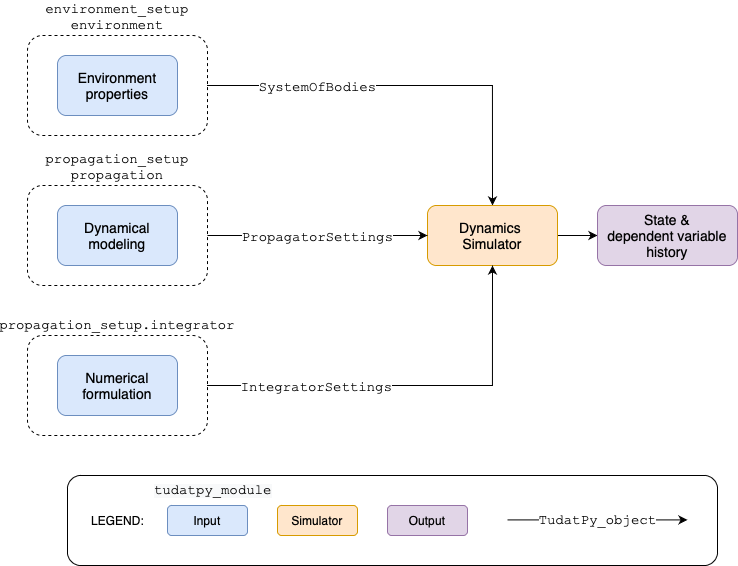
tudat-team/tudat-space keeps this draw.io diagram as docs/source/_src_user_guide/_static/tudatpy_high_level.png. Above is the earlier version. Source tidied: cells renumbered, new cells last; positions are measured from the earlier drawing's top-left corner, leaving out a move shared by most shapes. Its diagram source:
```xml
<mxGraphModel>
  <root>
    <mxCell id="0" />
    <mxCell id="1" parent="0" />
    <mxCell id="2" value="&lt;font face=&quot;Courier New&quot; style=&quot;font-size: 14px&quot;&gt;propagation_setup.integrator&lt;/font&gt;" style="rounded=1;whiteSpace=wrap;html=1;dashed=1;labelPosition=center;verticalLabelPosition=top;align=center;verticalAlign=bottom;" parent="1" vertex="1">
      <mxGeometry y="300" width="180" height="100" as="geometry" />
    </mxCell>
    <mxCell id="3" value="&lt;font face=&quot;Courier New&quot; style=&quot;font-size: 14px&quot;&gt;environment_setup&lt;br&gt;environment&lt;br&gt;&lt;/font&gt;" style="rounded=1;whiteSpace=wrap;html=1;dashed=1;labelPosition=center;verticalLabelPosition=top;align=center;verticalAlign=bottom;" parent="1" vertex="1">
      <mxGeometry width="180" height="100" as="geometry" />
    </mxCell>
    <mxCell id="4" value="&lt;font face=&quot;Courier New&quot; style=&quot;font-size: 14px&quot;&gt;propagation_setup&lt;br&gt;propagation&lt;br&gt;&lt;/font&gt;" style="rounded=1;whiteSpace=wrap;html=1;dashed=1;labelPosition=center;verticalLabelPosition=top;align=center;verticalAlign=bottom;" parent="1" vertex="1">
      <mxGeometry y="150" width="180" height="100" as="geometry" />
    </mxCell>
    <mxCell id="5" style="rounded=1;whiteSpace=wrap;html=1;labelPosition=left;verticalLabelPosition=top;align=right;verticalAlign=bottom;" parent="1" vertex="1">
      <mxGeometry x="40" y="440" width="650" height="90" as="geometry" />
    </mxCell>
    <mxCell id="6" style="edgeStyle=orthogonalEdgeStyle;rounded=0;jettySize=auto;html=1;entryX=0.5;entryY=0;entryDx=0;entryDy=0;" parent="1" edge="1" target="10">
      <mxGeometry relative="1" as="geometry">
        <mxPoint x="180" y="50" as="sourcePoint" />
      </mxGeometry>
    </mxCell>
    <mxCell id="7" value="&lt;font face=&quot;Courier New&quot; style=&quot;font-size: 14px;&quot;&gt;SystemOfBodies&lt;/font&gt;" style="edgeLabel;html=1;align=center;verticalAlign=middle;labelBorderColor=none;fontSize=14;" parent="6" vertex="1">
      <mxGeometry x="-0.14" y="1" relative="1" as="geometry">
        <mxPoint x="-64" y="1" as="offset" />
      </mxGeometry>
    </mxCell>
    <mxCell id="8" value="&lt;font style=&quot;font-size: 14px&quot;&gt;Environment&lt;br&gt;properties&lt;/font&gt;" style="rounded=1;whiteSpace=wrap;html=1;fillColor=#dae8fc;strokeColor=#6c8ebf;" parent="1" vertex="1">
      <mxGeometry x="30" y="20" width="120" height="60" as="geometry" />
    </mxCell>
    <mxCell id="9" style="edgeStyle=orthogonalEdgeStyle;rounded=0;jettySize=auto;html=1;entryX=0;entryY=0.5;entryDx=0;entryDy=0;" parent="1" edge="1" source="10" target="17">
      <mxGeometry relative="1" as="geometry" />
    </mxCell>
    <mxCell id="10" value="&lt;font style=&quot;font-size: 14px&quot;&gt;Dynamics &lt;br&gt;Simulator&lt;/font&gt;" style="rounded=1;whiteSpace=wrap;html=1;fillColor=#ffe6cc;strokeColor=#d79b00;" parent="1" vertex="1">
      <mxGeometry x="400" y="170" width="130" height="60" as="geometry" />
    </mxCell>
    <mxCell id="11" style="edgeStyle=orthogonalEdgeStyle;rounded=0;jettySize=auto;html=1;entryX=0.5;entryY=1;entryDx=0;entryDy=0;" parent="1" edge="1" target="10">
      <mxGeometry relative="1" as="geometry">
        <mxPoint x="180" y="350" as="sourcePoint" />
      </mxGeometry>
    </mxCell>
    <mxCell id="12" value="IntegratorSettings" style="edgeLabel;html=1;align=center;verticalAlign=middle;fontFamily=Courier New;fontSize=14;" parent="11" vertex="1">
      <mxGeometry x="-0.2" relative="1" as="geometry">
        <mxPoint x="-54" as="offset" />
      </mxGeometry>
    </mxCell>
    <mxCell id="13" value="&lt;font style=&quot;font-size: 14px&quot;&gt;Numerical&lt;br&gt;formulation&lt;/font&gt;" style="rounded=1;whiteSpace=wrap;html=1;fillColor=#dae8fc;strokeColor=#6c8ebf;" parent="1" vertex="1">
      <mxGeometry x="30" y="320" width="120" height="60" as="geometry" />
    </mxCell>
    <mxCell id="14" style="edgeStyle=orthogonalEdgeStyle;rounded=0;jettySize=auto;html=1;" parent="1" edge="1" target="10">
      <mxGeometry relative="1" as="geometry">
        <mxPoint x="180" y="200" as="sourcePoint" />
      </mxGeometry>
    </mxCell>
    <mxCell id="15" value="&lt;font face=&quot;Courier New&quot; style=&quot;font-size: 14px;&quot;&gt;PropagatorSettings&lt;/font&gt;" style="edgeLabel;html=1;align=center;verticalAlign=middle;fontSize=14;" parent="14" vertex="1">
      <mxGeometry x="0.31" y="-1" relative="1" as="geometry">
        <mxPoint x="-35" y="-1" as="offset" />
      </mxGeometry>
    </mxCell>
    <mxCell id="16" value="&lt;font style=&quot;font-size: 14px&quot;&gt;Dynamical&lt;br&gt;modeling&lt;/font&gt;" style="rounded=1;whiteSpace=wrap;html=1;fillColor=#dae8fc;strokeColor=#6c8ebf;" parent="1" vertex="1">
      <mxGeometry x="30" y="170" width="120" height="60" as="geometry" />
    </mxCell>
    <mxCell id="17" value="&lt;font style=&quot;font-size: 14px&quot;&gt;State &amp;amp;&lt;br&gt;dependent variable&lt;br&gt;history&lt;/font&gt;" style="rounded=1;whiteSpace=wrap;html=1;fillColor=#e1d5e7;strokeColor=#9673a6;" parent="1" vertex="1">
      <mxGeometry x="570" y="170" width="140" height="60" as="geometry" />
    </mxCell>
    <mxCell id="18" value="Input" style="rounded=1;whiteSpace=wrap;html=1;fillColor=#dae8fc;strokeColor=#6c8ebf;" parent="1" vertex="1">
      <mxGeometry x="140" y="470" width="80" height="30" as="geometry" />
    </mxCell>
    <mxCell id="19" value="LEGEND:" style="text;html=1;align=center;verticalAlign=middle;strokeColor=none;fillColor=none;" parent="1" vertex="1">
      <mxGeometry x="55" y="475" width="70" height="20" as="geometry" />
    </mxCell>
    <mxCell id="20" value="Output" style="rounded=1;whiteSpace=wrap;html=1;fillColor=#e1d5e7;strokeColor=#9673a6;" parent="1" vertex="1">
      <mxGeometry x="360" y="470" width="80" height="30" as="geometry" />
    </mxCell>
    <mxCell id="21" value="Simulator" style="rounded=1;whiteSpace=wrap;html=1;fillColor=#ffe6cc;strokeColor=#d79b00;" parent="1" vertex="1">
      <mxGeometry x="250" y="470" width="80" height="30" as="geometry" />
    </mxCell>
    <mxCell id="22" value="&lt;font face=&quot;Courier New&quot; style=&quot;font-size: 14px&quot;&gt;TudatPy_object&lt;/font&gt;" style="edgeStyle=orthogonalEdgeStyle;rounded=0;orthogonalLoop=1;jettySize=auto;html=1;" parent="1" edge="1">
      <mxGeometry relative="1" as="geometry">
        <mxPoint x="480" y="484.4" as="sourcePoint" />
        <mxPoint x="660" y="484.4" as="targetPoint" />
        <mxPoint x="-1" as="offset" />
      </mxGeometry>
    </mxCell>
    <mxCell id="23" value="&lt;span style=&quot;color: rgb(0 , 0 , 0) ; font-family: &amp;#34;courier new&amp;#34; ; font-style: normal ; font-weight: normal ; letter-spacing: normal ; text-align: center ; text-indent: 0px ; text-transform: none ; word-spacing: 0px ; background-color: rgb(248 , 249 , 250) ; text-decoration: none ; display: inline ; float: none&quot;&gt;&lt;font style=&quot;font-size: 14px&quot;&gt;tudatpy_module&lt;/font&gt;&lt;/span&gt;" style="text;whiteSpace=wrap;html=1;fontFamily=Courier New;" parent="1" vertex="1">
      <mxGeometry x="125" y="440" width="110" height="30" as="geometry" />
    </mxCell>
  </root>
</mxGraphModel>
```
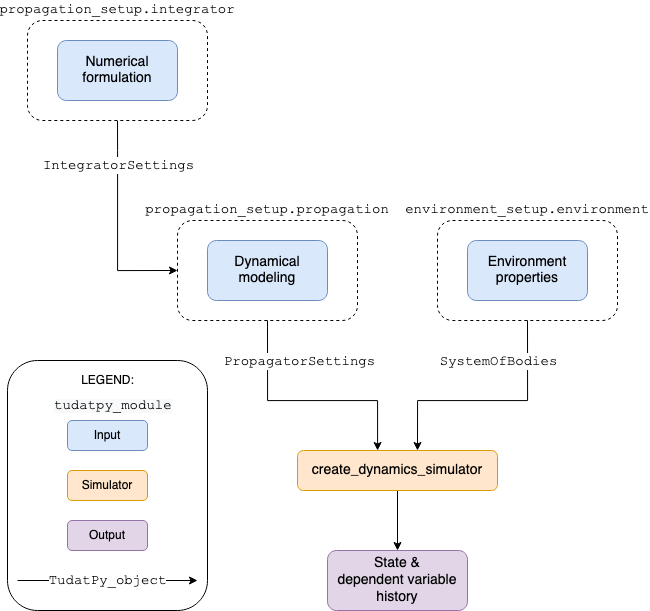
The same file after the commit.

Diff of the diagram source:
```diff
@@ -2,87 +2,98 @@
   <root>
     <mxCell id="0" />
     <mxCell id="1" parent="0" />
+    <mxCell id="11" style="edgeStyle=orthogonalEdgeStyle;rounded=0;jettySize=auto;html=1;entryX=0;entryY=0.5;entryDx=0;entryDy=0;exitX=0.5;exitY=1;exitDx=0;exitDy=0;" parent="1" edge="1" source="2" target="4">
+      <mxGeometry relative="1" as="geometry">
+        <Array as="points">
+          <mxPoint x="390" y="90" />
+          <mxPoint x="390" y="210" />
+        </Array>
+      </mxGeometry>
+    </mxCell>
+    <mxCell id="12" value="IntegratorSettings" style="edgeLabel;html=1;align=center;verticalAlign=middle;fontFamily=Courier New;fontSize=14;" parent="11" vertex="1">
+      <mxGeometry x="-0.2" relative="1" as="geometry">
+        <mxPoint y="-40" as="offset" />
+      </mxGeometry>
+    </mxCell>
     <mxCell id="2" value="&lt;font face=&quot;Courier New&quot; style=&quot;font-size: 14px&quot;&gt;propagation_setup.integrator&lt;/font&gt;" style="rounded=1;whiteSpace=wrap;html=1;dashed=1;labelPosition=center;verticalLabelPosition=top;align=center;verticalAlign=bottom;" parent="1" vertex="1">
-      <mxGeometry y="300" width="180" height="100" as="geometry" />
+      <mxGeometry x="300" y="-40" width="180" height="100" as="geometry" />
     </mxCell>
-    <mxCell id="3" value="&lt;font face=&quot;Courier New&quot; style=&quot;font-size: 14px&quot;&gt;environment_setup&lt;br&gt;environment&lt;br&gt;&lt;/font&gt;" style="rounded=1;whiteSpace=wrap;html=1;dashed=1;labelPosition=center;verticalLabelPosition=top;align=center;verticalAlign=bottom;" parent="1" vertex="1">
-      <mxGeometry width="180" height="100" as="geometry" />
+    <mxCell id="3" value="&lt;font style=&quot;font-size: 14px&quot; face=&quot;Courier New&quot;&gt;environment_setup.environment&lt;br&gt;&lt;/font&gt;" style="rounded=1;whiteSpace=wrap;html=1;dashed=1;labelPosition=center;verticalLabelPosition=top;align=center;verticalAlign=bottom;" parent="1" vertex="1">
+      <mxGeometry x="710" y="160" width="180" height="100" as="geometry" />
     </mxCell>
-    <mxCell id="4" value="&lt;font face=&quot;Courier New&quot; style=&quot;font-size: 14px&quot;&gt;propagation_setup&lt;br&gt;propagation&lt;br&gt;&lt;/font&gt;" style="rounded=1;whiteSpace=wrap;html=1;dashed=1;labelPosition=center;verticalLabelPosition=top;align=center;verticalAlign=bottom;" parent="1" vertex="1">
-      <mxGeometry y="150" width="180" height="100" as="geometry" />
+    <mxCell id="4" value="&lt;font style=&quot;font-size: 14px&quot; face=&quot;Courier New&quot;&gt;propagation_setup.propagation&lt;br&gt;&lt;/font&gt;" style="rounded=1;whiteSpace=wrap;html=1;dashed=1;labelPosition=center;verticalLabelPosition=top;align=center;verticalAlign=bottom;" parent="1" vertex="1">
+      <mxGeometry x="450" y="160" width="180" height="100" as="geometry" />
     </mxCell>
     <mxCell id="5" style="rounded=1;whiteSpace=wrap;html=1;labelPosition=left;verticalLabelPosition=top;align=right;verticalAlign=bottom;" parent="1" vertex="1">
-      <mxGeometry x="40" y="440" width="650" height="90" as="geometry" />
+      <mxGeometry x="280" y="300" width="200" height="250" as="geometry" />
     </mxCell>
-    <mxCell id="6" style="edgeStyle=orthogonalEdgeStyle;rounded=0;jettySize=auto;html=1;entryX=0.5;entryY=0;entryDx=0;entryDy=0;" parent="1" edge="1" target="10">
+    <mxCell id="6" style="edgeStyle=orthogonalEdgeStyle;rounded=0;jettySize=auto;html=1;entryX=0.6;entryY=0;entryDx=0;entryDy=0;entryPerimeter=0;" parent="1" edge="1" target="10">
       <mxGeometry relative="1" as="geometry">
-        <mxPoint x="180" y="50" as="sourcePoint" />
+        <mxPoint x="800" y="260" as="sourcePoint" />
+        <Array as="points">
+          <mxPoint x="800" y="260" />
+          <mxPoint x="800" y="340" />
+          <mxPoint x="690" y="340" />
+        </Array>
       </mxGeometry>
     </mxCell>
     <mxCell id="7" value="&lt;font face=&quot;Courier New&quot; style=&quot;font-size: 14px;&quot;&gt;SystemOfBodies&lt;/font&gt;" style="edgeLabel;html=1;align=center;verticalAlign=middle;labelBorderColor=none;fontSize=14;" parent="6" vertex="1">
       <mxGeometry x="-0.14" y="1" relative="1" as="geometry">
-        <mxPoint x="-64" y="1" as="offset" />
+        <mxPoint x="-7" y="-41" as="offset" />
       </mxGeometry>
     </mxCell>
     <mxCell id="8" value="&lt;font style=&quot;font-size: 14px&quot;&gt;Environment&lt;br&gt;properties&lt;/font&gt;" style="rounded=1;whiteSpace=wrap;html=1;fillColor=#dae8fc;strokeColor=#6c8ebf;" parent="1" vertex="1">
-      <mxGeometry x="30" y="20" width="120" height="60" as="geometry" />
+      <mxGeometry x="740" y="180" width="120" height="60" as="geometry" />
     </mxCell>
-    <mxCell id="9" style="edgeStyle=orthogonalEdgeStyle;rounded=0;jettySize=auto;html=1;entryX=0;entryY=0.5;entryDx=0;entryDy=0;" parent="1" edge="1" source="10" target="17">
+    <mxCell id="9" style="edgeStyle=orthogonalEdgeStyle;rounded=0;jettySize=auto;html=1;entryX=0.5;entryY=0;entryDx=0;entryDy=0;" parent="1" edge="1" source="10" target="17">
       <mxGeometry relative="1" as="geometry" />
     </mxCell>
-    <mxCell id="10" value="&lt;font style=&quot;font-size: 14px&quot;&gt;Dynamics &lt;br&gt;Simulator&lt;/font&gt;" style="rounded=1;whiteSpace=wrap;html=1;fillColor=#ffe6cc;strokeColor=#d79b00;" parent="1" vertex="1">
-      <mxGeometry x="400" y="170" width="130" height="60" as="geometry" />
+    <mxCell id="10" value="&lt;div&gt;&lt;font style=&quot;font-size: 14px;&quot;&gt;create&lt;/font&gt;&lt;font style=&quot;font-size: 14px;&quot;&gt;_dynamics_simulator&lt;/font&gt;&lt;/div&gt;" style="rounded=1;whiteSpace=wrap;html=1;fillColor=#ffe6cc;strokeColor=#d79b00;" parent="1" vertex="1">
+      <mxGeometry x="570" y="390" width="200" height="40" as="geometry" />
     </mxCell>
-    <mxCell id="11" style="edgeStyle=orthogonalEdgeStyle;rounded=0;jettySize=auto;html=1;entryX=0.5;entryY=1;entryDx=0;entryDy=0;" parent="1" edge="1" target="10">
-      <mxGeometry relative="1" as="geometry">
-        <mxPoint x="180" y="350" as="sourcePoint" />
-      </mxGeometry>
-    </mxCell>
-    <mxCell id="12" value="IntegratorSettings" style="edgeLabel;html=1;align=center;verticalAlign=middle;fontFamily=Courier New;fontSize=14;" parent="11" vertex="1">
-      <mxGeometry x="-0.2" relative="1" as="geometry">
-        <mxPoint x="-54" as="offset" />
-      </mxGeometry>
-    </mxCell>
     <mxCell id="13" value="&lt;font style=&quot;font-size: 14px&quot;&gt;Numerical&lt;br&gt;formulation&lt;/font&gt;" style="rounded=1;whiteSpace=wrap;html=1;fillColor=#dae8fc;strokeColor=#6c8ebf;" parent="1" vertex="1">
-      <mxGeometry x="30" y="320" width="120" height="60" as="geometry" />
+      <mxGeometry x="330" y="-20" width="120" height="60" as="geometry" />
     </mxCell>
-    <mxCell id="14" style="edgeStyle=orthogonalEdgeStyle;rounded=0;jettySize=auto;html=1;" parent="1" edge="1" target="10">
+    <mxCell id="14" style="edgeStyle=orthogonalEdgeStyle;rounded=0;jettySize=auto;html=1;exitX=0.5;exitY=1;exitDx=0;exitDy=0;" parent="1" edge="1" source="4" target="10">
       <mxGeometry relative="1" as="geometry">
-        <mxPoint x="180" y="200" as="sourcePoint" />
+        <Array as="points">
+          <mxPoint x="540" y="340" />
+          <mxPoint x="650" y="340" />
+        </Array>
       </mxGeometry>
     </mxCell>
     <mxCell id="15" value="&lt;font face=&quot;Courier New&quot; style=&quot;font-size: 14px;&quot;&gt;PropagatorSettings&lt;/font&gt;" style="edgeLabel;html=1;align=center;verticalAlign=middle;fontSize=14;" parent="14" vertex="1">
       <mxGeometry x="0.31" y="-1" relative="1" as="geometry">
-        <mxPoint x="-35" y="-1" as="offset" />
+        <mxPoint x="-47" y="-41" as="offset" />
       </mxGeometry>
     </mxCell>
     <mxCell id="16" value="&lt;font style=&quot;font-size: 14px&quot;&gt;Dynamical&lt;br&gt;modeling&lt;/font&gt;" style="rounded=1;whiteSpace=wrap;html=1;fillColor=#dae8fc;strokeColor=#6c8ebf;" parent="1" vertex="1">
-      <mxGeometry x="30" y="170" width="120" height="60" as="geometry" />
+      <mxGeometry x="480" y="180" width="120" height="60" as="geometry" />
     </mxCell>
-    <mxCell id="17" value="&lt;font style=&quot;font-size: 14px&quot;&gt;State &amp;amp;&lt;br&gt;dependent variable&lt;br&gt;history&lt;/font&gt;" style="rounded=1;whiteSpace=wrap;html=1;fillColor=#e1d5e7;strokeColor=#9673a6;" parent="1" vertex="1">
-      <mxGeometry x="570" y="170" width="140" height="60" as="geometry" />
+    <mxCell id="17" value="&lt;font style=&quot;font-size: 14px&quot;&gt;State &amp;amp;&lt;br&gt;dependent variable&lt;br&gt;history&lt;br&gt;&lt;/font&gt;" style="rounded=1;whiteSpace=wrap;html=1;fillColor=#e1d5e7;strokeColor=#9673a6;" parent="1" vertex="1">
+      <mxGeometry x="600" y="490" width="140" height="60" as="geometry" />
     </mxCell>
     <mxCell id="18" value="Input" style="rounded=1;whiteSpace=wrap;html=1;fillColor=#dae8fc;strokeColor=#6c8ebf;" parent="1" vertex="1">
-      <mxGeometry x="140" y="470" width="80" height="30" as="geometry" />
+      <mxGeometry x="340" y="360" width="80" height="30" as="geometry" />
     </mxCell>
     <mxCell id="19" value="LEGEND:" style="text;html=1;align=center;verticalAlign=middle;strokeColor=none;fillColor=none;" parent="1" vertex="1">
-      <mxGeometry x="55" y="475" width="70" height="20" as="geometry" />
+      <mxGeometry x="345" y="310" width="70" height="20" as="geometry" />
     </mxCell>
     <mxCell id="20" value="Output" style="rounded=1;whiteSpace=wrap;html=1;fillColor=#e1d5e7;strokeColor=#9673a6;" parent="1" vertex="1">
-      <mxGeometry x="360" y="470" width="80" height="30" as="geometry" />
+      <mxGeometry x="340" y="460" width="80" height="30" as="geometry" />
     </mxCell>
     <mxCell id="21" value="Simulator" style="rounded=1;whiteSpace=wrap;html=1;fillColor=#ffe6cc;strokeColor=#d79b00;" parent="1" vertex="1">
-      <mxGeometry x="250" y="470" width="80" height="30" as="geometry" />
+      <mxGeometry x="340" y="410" width="80" height="30" as="geometry" />
     </mxCell>
     <mxCell id="22" value="&lt;font face=&quot;Courier New&quot; style=&quot;font-size: 14px&quot;&gt;TudatPy_object&lt;/font&gt;" style="edgeStyle=orthogonalEdgeStyle;rounded=0;orthogonalLoop=1;jettySize=auto;html=1;" parent="1" edge="1">
       <mxGeometry relative="1" as="geometry">
-        <mxPoint x="480" y="484.4" as="sourcePoint" />
-        <mxPoint x="660" y="484.4" as="targetPoint" />
+        <mxPoint x="290" y="520" as="sourcePoint" />
+        <mxPoint x="470" y="520" as="targetPoint" />
         <mxPoint x="-1" as="offset" />
       </mxGeometry>
     </mxCell>
     <mxCell id="23" value="&lt;span style=&quot;color: rgb(0 , 0 , 0) ; font-family: &amp;#34;courier new&amp;#34; ; font-style: normal ; font-weight: normal ; letter-spacing: normal ; text-align: center ; text-indent: 0px ; text-transform: none ; word-spacing: 0px ; background-color: rgb(248 , 249 , 250) ; text-decoration: none ; display: inline ; float: none&quot;&gt;&lt;font style=&quot;font-size: 14px&quot;&gt;tudatpy_module&lt;/font&gt;&lt;/span&gt;" style="text;whiteSpace=wrap;html=1;fontFamily=Courier New;" parent="1" vertex="1">
-      <mxGeometry x="125" y="440" width="110" height="30" as="geometry" />
+      <mxGeometry x="325" y="330" width="110" height="30" as="geometry" />
     </mxCell>
   </root>
 </mxGraphModel>
```
